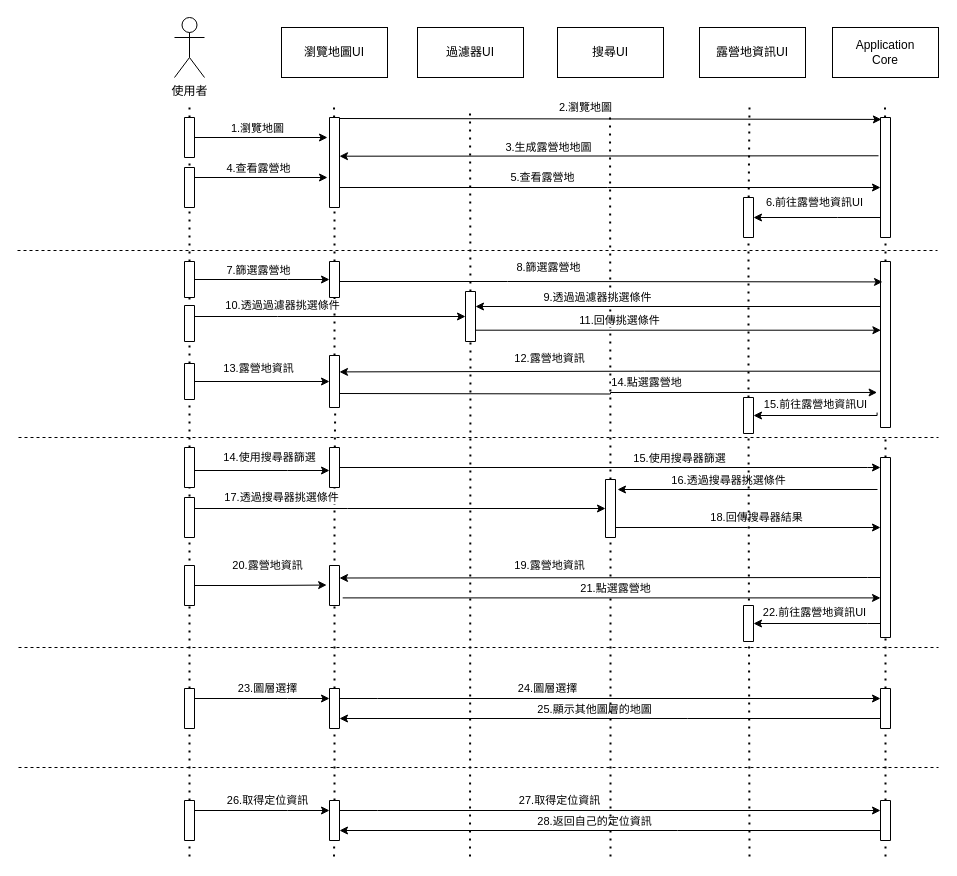
Earlier version of the draw.io diagram UI圖.drawio (sanchongdragon/DrawIOTest). Source tidied: cells renumbered, new cells numbered last; positions are measured from the earlier drawing's top-left corner, leaving out a move shared by most shapes. Both pictures are drawn from the tidied source at 100%, with x=0, y=0 at pixel (17, 17).
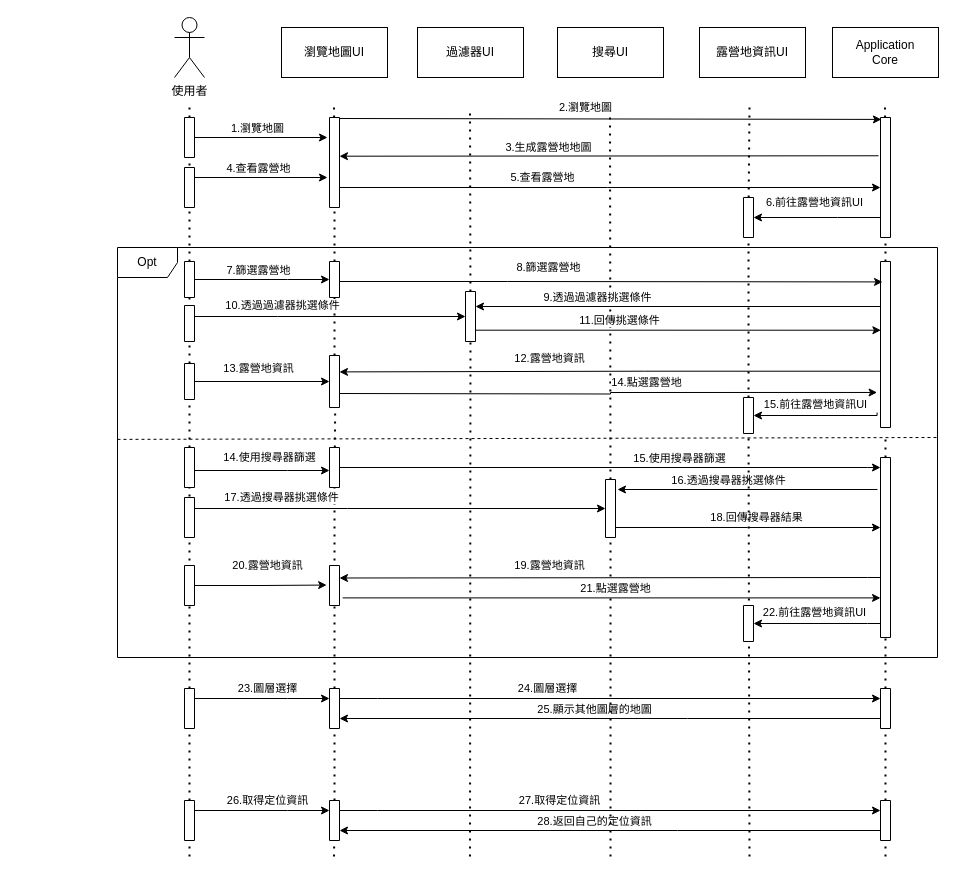
The same page after the edit.

Change to the diagram source:
```diff
@@
-    <mxCell id="121" style="endArrow=none;dashed=1;html=1;" parent="1" edge="1">
-      <mxGeometry relative="1" as="geometry">
-        <mxPoint y="233" as="sourcePoint" />
-        <mxPoint x="920" y="233" as="targetPoint" />
-      </mxGeometry>
-    </mxCell>
-    <mxCell id="122" style="endArrow=none;dashed=1;html=1;" parent="1" edge="1">
+    <mxCell id="122" style="endArrow=none;dashed=1;html=1;exitX=0;exitY=0.468;exitDx=0;exitDy=0;exitPerimeter=0;" parent="1" edge="1" source="125">
       <mxGeometry relative="1" as="geometry">
-        <mxPoint x="1" y="420" as="sourcePoint" />
         <mxPoint x="921" y="420" as="targetPoint" />
       </mxGeometry>
     </mxCell>
-    <mxCell id="123" style="endArrow=none;dashed=1;html=1;" parent="1" edge="1">
-      <mxGeometry relative="1" as="geometry">
-        <mxPoint x="1" y="630" as="sourcePoint" />
-        <mxPoint x="921" y="630" as="targetPoint" />
-      </mxGeometry>
-    </mxCell>
-    <mxCell id="124" style="endArrow=none;dashed=1;html=1;" parent="1" edge="1">
-      <mxGeometry relative="1" as="geometry">
-        <mxPoint x="1" y="750" as="sourcePoint" />
-        <mxPoint x="921" y="750" as="targetPoint" />
-      </mxGeometry>
-    </mxCell>
+    <mxCell id="125" value="Opt" style="shape=umlFrame;whiteSpace=wrap;html=1;" parent="1" vertex="1">
+      <mxGeometry x="100" y="230" width="820" height="410" as="geometry" />
+    </mxCell>
```
